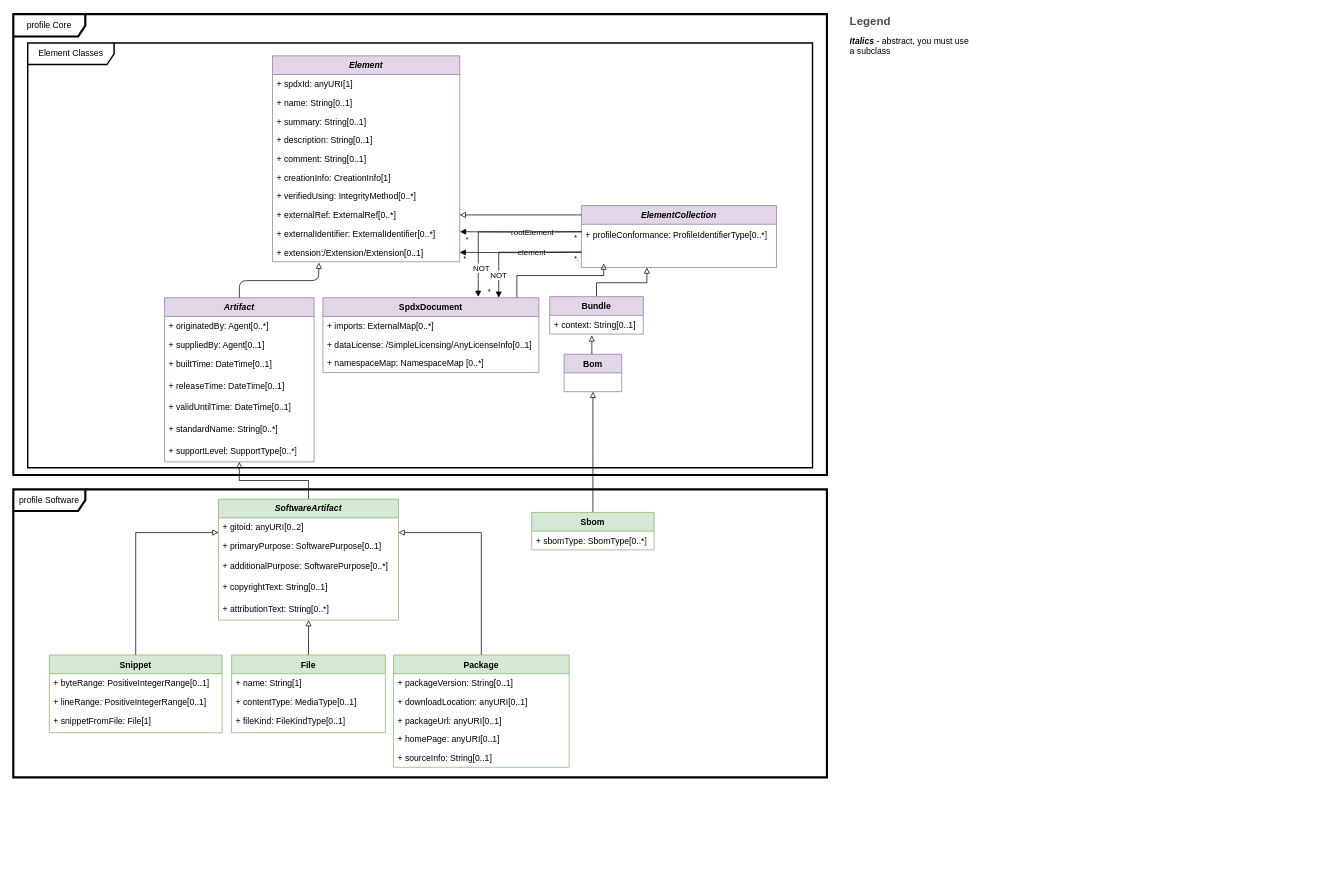
spdx/spdx-3-model keeps this draw.io diagram as page "Software" (3 of 11) of model.drawio. Above is the earlier version. Source tidied: cells renumbered, new cells numbered last; positions are measured from the earlier drawing's top-left corner, leaving out a move shared by most shapes. Both pictures are drawn from the tidied source at 72%, with x=0, y=0 at pixel (13, 12).
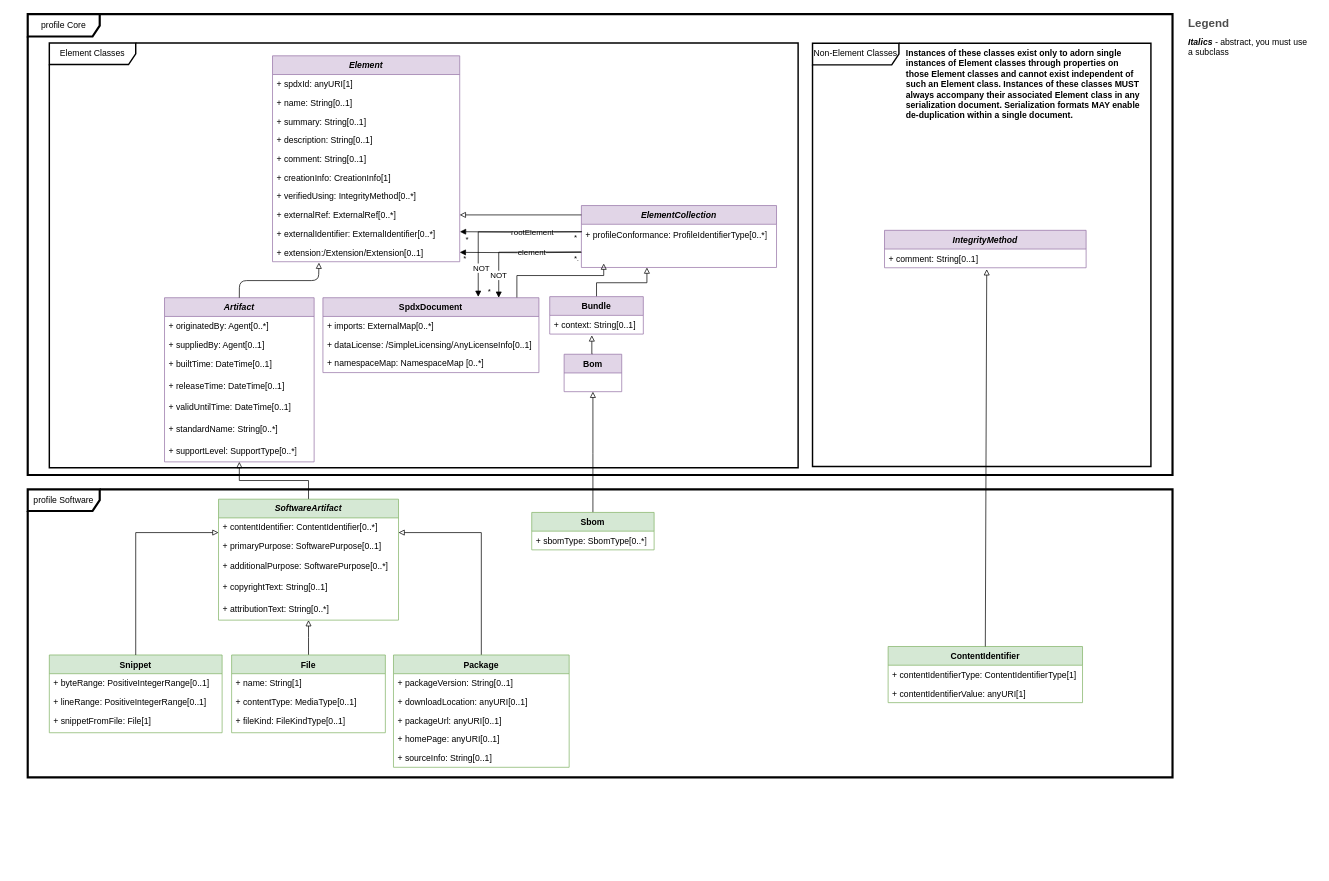
The same page after the edit.

Unchanged cells that the change refers to:
```xml
<mxCell id="71" value="SoftwareArtifact" style="swimlane;fontStyle=3;horizontal=1;startSize=26;fillColor=#d5e8d4;whiteSpace=wrap;html=1;strokeColor=#82b366;" parent="1" vertex="1">
  <mxGeometry x="285" y="675.8" width="250" height="168" as="geometry" />
</mxCell>
```

The edit, as a diff of the source:
```diff
@@
     <mxCell id="2" value="profile Core" style="shape=umlFrame;whiteSpace=wrap;html=1;width=100;height=31;strokeWidth=3;" parent="1" vertex="1">
-      <mxGeometry y="2.2" width="1130" height="640" as="geometry" />
+      <mxGeometry x="20" y="2.2" width="1590" height="640" as="geometry" />
     </mxCell>
     <mxCell id="3" value="Element Classes" style="shape=umlFrame;whiteSpace=wrap;html=1;width=120;height=30;strokeWidth=2;" parent="1" vertex="1">
-      <mxGeometry x="20" y="42.2" width="1090" height="590" as="geometry" />
+      <mxGeometry x="50" y="42.2" width="1040" height="590" as="geometry" />
     </mxCell>
     <mxCell id="4" value="profile Software" style="shape=umlFrame;whiteSpace=wrap;html=1;width=100;height=30;strokeWidth=3;" parent="1" vertex="1">
-      <mxGeometry y="662.2" width="1130" height="400" as="geometry" />
+      <mxGeometry x="20" y="662.2" width="1590" height="400" as="geometry" />
     </mxCell>
@@
     <mxCell id="58" value="Legend" style="align=left;fontSize=16;fontStyle=1;strokeColor=none;fillColor=none;fontColor=#4D4D4D;spacingTop=-8;" parent="1" vertex="1">
-      <mxGeometry x="1160" width="180" height="30" as="geometry" />
+      <mxGeometry x="1630" y="2.2" width="180" height="30" as="geometry" />
     </mxCell>
     <mxCell id="59" style="shape=table;html=1;whiteSpace=wrap;startSize=0;childLayout=tableLayout;fillColor=none;align=left;spacingLeft=10;strokeColor=none;rounded=1;arcSize=11;fontColor=#FFFFFF;" parent="1" vertex="1">
-      <mxGeometry x="1150" y="30" width="180" height="30" as="geometry" />
+      <mxGeometry x="1620" y="32.2" width="180" height="30" as="geometry" />
     </mxCell>
@@
-    <mxCell id="72" value="+ gitoid: anyURI[0..2]" style="text;strokeColor=none;fillColor=none;align=left;verticalAlign=top;spacingLeft=4;spacingRight=4;overflow=hidden;" parent="71" vertex="1">
+    <mxCell id="72" value="+ contentIdentifier: ContentIdentifier[0..*]" style="text;strokeColor=none;fillColor=none;align=left;verticalAlign=top;spacingLeft=4;spacingRight=4;overflow=hidden;" parent="71" vertex="1">
       <mxGeometry y="26" width="250" height="26" as="geometry" />
     </mxCell>
@@
+    <mxCell id="82" value="ContentIdentifier" style="swimlane;fontStyle=1;horizontal=1;startSize=26;fillColor=#d5e8d4;strokeColor=#82b366;" parent="1" vertex="1">
+      <mxGeometry x="1215" y="880.4" width="270" height="78" as="geometry" />
+    </mxCell>
+    <mxCell id="83" value="+ contentIdentifierType: ContentIdentifierType[1]" style="text;strokeColor=none;fillColor=none;align=left;verticalAlign=top;spacingLeft=4;spacingRight=4;overflow=hidden;" parent="82" vertex="1">
+      <mxGeometry y="26" width="270" height="26" as="geometry" />
+    </mxCell>
+    <mxCell id="84" value="+ contentIdentifierValue: anyURI[1]" style="text;strokeColor=none;fillColor=none;align=left;verticalAlign=top;spacingLeft=4;spacingRight=4;overflow=hidden;" parent="82" vertex="1">
+      <mxGeometry y="52" width="270" height="26" as="geometry" />
+    </mxCell>
+    <mxCell id="85" value="Non-Element Classes" style="shape=umlFrame;whiteSpace=wrap;html=1;width=120;height=30;strokeWidth=2;" parent="1" vertex="1">
+      <mxGeometry x="1110" y="42.6" width="470" height="587.8" as="geometry" />
+    </mxCell>
+    <mxCell id="86" value="IntegrityMethod" style="swimlane;fontStyle=3;horizontal=1;startSize=26;fillColor=#e1d5e7;strokeColor=#9673a6;" parent="1" vertex="1">
+      <mxGeometry x="1210" y="302.4" width="280" height="52" as="geometry" />
+    </mxCell>
+    <mxCell id="87" value="+ comment: String[0..1]" style="text;strokeColor=none;fillColor=none;align=left;verticalAlign=top;spacingLeft=4;spacingRight=4;overflow=hidden;points=[[0,0.5],[1,0.5]];portConstraint=eastwest;" parent="86" vertex="1">
+      <mxGeometry y="26" width="280" height="26" as="geometry" />
+    </mxCell>
+    <mxCell id="88" value="Instances of these classes exist only to adorn single instances of Element classes through properties on those Element classes and cannot exist independent of such an Element class. Instances of these classes MUST always accompany their associated Element class in any serialization document. Serialization formats MAY enable de-duplication within a single document." style="text;align=left;fontStyle=1;verticalAlign=top;spacingLeft=3;spacingRight=3;strokeColor=none;whiteSpace=wrap;fontColor=#000000;" parent="1" vertex="1">
+      <mxGeometry x="1235" y="42.6" width="335" height="84.2" as="geometry" />
+    </mxCell>
+    <mxCell id="89" style="endArrow=block;html=1;rounded=0;exitX=0.5;exitY=0;exitDx=0;exitDy=0;entryX=0.507;entryY=1.077;entryDx=0;entryDy=0;entryPerimeter=0;endFill=0;" parent="1" edge="1" source="82" target="87">
+      <mxGeometry relative="1" as="geometry" />
+    </mxCell>
```
